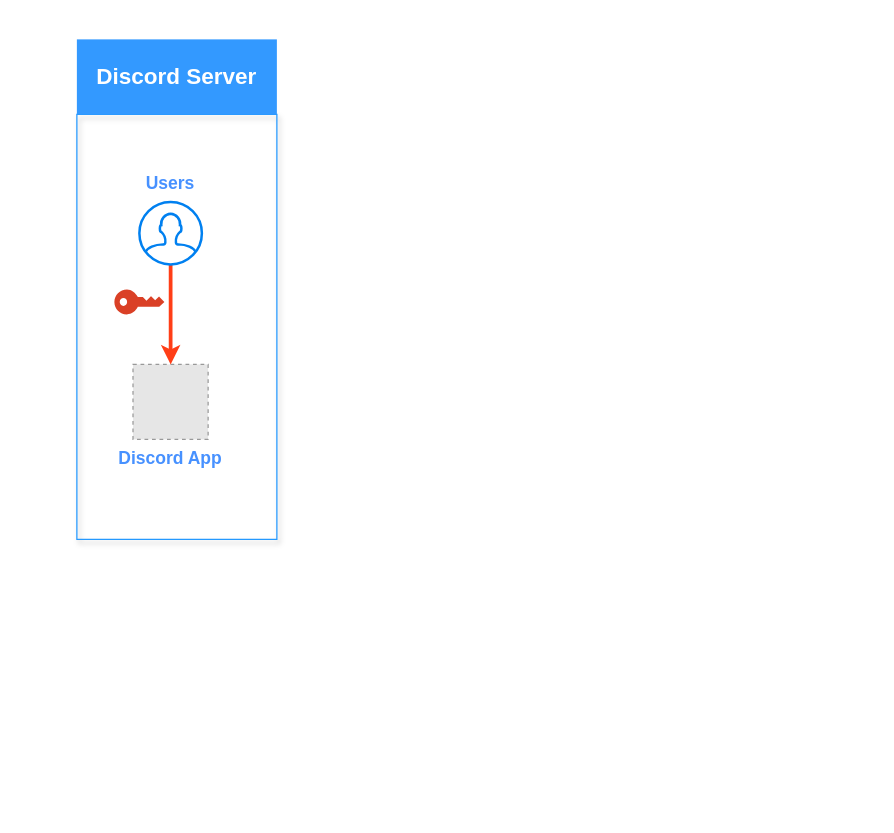
This is page "Page-2" (2 of 2) of Untitled Diagram.drawio from moondoan/chart, a draw.io file, before an edit. Source tidied: cells renumbered, new cells numbered last; positions are measured from the earlier drawing's top-left corner, leaving out a move shared by most shapes. Both pictures are drawn from the tidied source at 125%, with x=0, y=0 at pixel (76, 39). Pictures stored in the file or linked from it are replaced by grey dashed boxes.
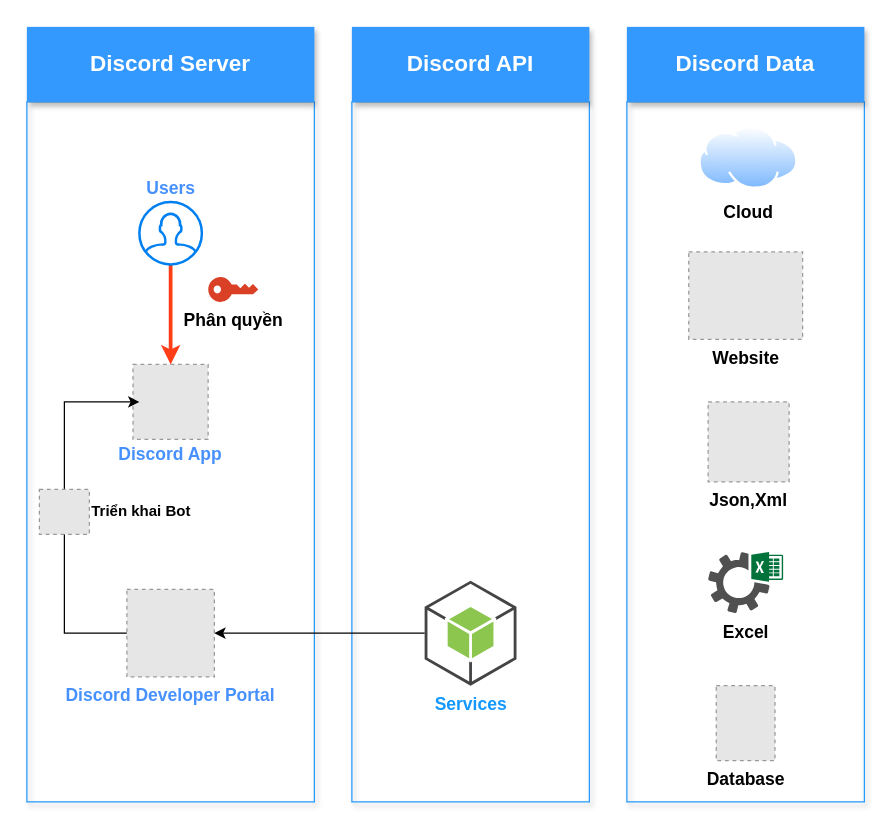
After the change.

Change to the diagram source:
```diff
@@
-    <mxCell id="3" style="whiteSpace=wrap;html=1;hachureGap=4;fontFamily=Architects Daughter;fontSize=20;fillColor=none;rounded=0;strokeColor=#2499FF;shadow=1;" parent="1" vertex="1">
-      <mxGeometry y="60" width="160" height="340" as="geometry" />
+    <mxCell id="3" value="&lt;b&gt;&lt;font style=&quot;font-size: 14px;&quot; face=&quot;Helvetica&quot; color=&quot;#4791ff&quot;&gt;Discord App&lt;br&gt;&lt;/font&gt;&lt;/b&gt;" style="whiteSpace=wrap;html=1;hachureGap=4;fontFamily=Architects Daughter;fontSize=20;fillColor=none;rounded=0;strokeColor=#2499FF;shadow=1;" parent="1" vertex="1">
+      <mxGeometry x="-40" y="50" width="230" height="560" as="geometry" />
     </mxCell>
-    <mxCell id="4" value="&lt;div style=&quot;font-size: 13px;&quot; align=&quot;center&quot;&gt;&lt;font size=&quot;1&quot; color=&quot;#4791ff&quot;&gt;&lt;span style=&quot;font-size: 14px;&quot;&gt;&lt;b&gt;Discord App&lt;/b&gt;&lt;/span&gt;&lt;/font&gt;&lt;/div&gt;" style="text;whiteSpace=wrap;html=1;align=center;" parent="1" vertex="1">
-      <mxGeometry x="20" y="320" width="110" height="40" as="geometry" />
-    </mxCell>
@@
-    <mxCell id="6" style="html=1;verticalLabelPosition=bottom;align=center;labelBackgroundColor=#ffffff;verticalAlign=top;strokeWidth=2;strokeColor=#0080F0;shadow=0;dashed=0;shape=mxgraph.ios7.icons.user;" parent="1" vertex="1">
+    <mxCell id="6" value="&lt;div style=&quot;font-size: 14px;&quot;&gt;&lt;font style=&quot;font-size: 14px;&quot; color=&quot;#4791ff&quot;&gt;&lt;b style=&quot;font-size: 14px;&quot;&gt;Users&lt;/b&gt;&lt;/font&gt;&lt;/div&gt;" style="html=1;verticalLabelPosition=top;align=center;labelBackgroundColor=#ffffff;verticalAlign=bottom;strokeWidth=2;strokeColor=#0080F0;shadow=0;dashed=0;shape=mxgraph.ios7.icons.user;labelPosition=center;fontSize=14;spacingTop=5;" parent="1" vertex="1">
       <mxGeometry x="50" y="130" width="50" height="50" as="geometry" />
     </mxCell>
-    <mxCell id="7" value="&lt;font size=&quot;1&quot; color=&quot;#4791ff&quot;&gt;&lt;b style=&quot;font-size: 14px;&quot;&gt;Users&lt;/b&gt;&lt;/font&gt;" style="text;whiteSpace=wrap;html=1;align=center;" parent="1" vertex="1">
-      <mxGeometry x="20" y="100" width="110" height="40" as="geometry" />
-    </mxCell>
-    <mxCell id="8" style="sketch=0;shadow=0;dashed=0;html=1;strokeColor=none;labelPosition=center;verticalLabelPosition=bottom;verticalAlign=top;align=center;shape=mxgraph.office.security.key_permissions;fillColor=#DA4026;fontFamily=Helvetica;fontSize=12;fontColor=default;direction=north;" parent="1" vertex="1">
-      <mxGeometry x="30" y="200" width="40" height="20" as="geometry" />
+    <mxCell id="8" value="&lt;b style=&quot;font-size: 14px;&quot;&gt;Phân quyền&lt;br&gt;&lt;/b&gt;" style="sketch=0;shadow=0;dashed=0;html=1;strokeColor=none;labelPosition=center;verticalLabelPosition=bottom;verticalAlign=top;align=center;shape=mxgraph.office.security.key_permissions;fillColor=#DA4026;fontFamily=Helvetica;fontSize=12;fontColor=default;direction=north;" parent="1" vertex="1">
+      <mxGeometry x="105.1" y="190" width="40" height="20" as="geometry" />
     </mxCell>
-    <mxCell id="9" value="Discord Server" style="whiteSpace=wrap;html=1;dashed=1;strokeColor=none;strokeWidth=2;fillColor=#3399FF;fontFamily=Helvetica;fontSize=18;fontColor=#FFFFFF;fontStyle=1;" parent="1" vertex="1">
-      <mxGeometry width="160" height="60" as="geometry" />
+    <mxCell id="9" value="Discord Server" style="whiteSpace=wrap;html=1;dashed=1;strokeColor=none;strokeWidth=2;fillColor=#3399FF;fontFamily=Helvetica;fontSize=18;fontColor=#FFFFFF;fontStyle=1;shadow=1;" parent="1" vertex="1">
+      <mxGeometry x="-40" y="-10" width="230" height="60" as="geometry" />
     </mxCell>
+    <mxCell id="10" style="whiteSpace=wrap;html=1;hachureGap=4;fontFamily=Architects Daughter;fontSize=20;fillColor=none;rounded=0;strokeColor=#2499FF;shadow=1;" parent="1" vertex="1">
+      <mxGeometry x="220" y="50" width="190" height="560" as="geometry" />
+    </mxCell>
+    <mxCell id="11" value="Discord API" style="whiteSpace=wrap;html=1;dashed=1;strokeColor=none;strokeWidth=2;fillColor=#3399FF;fontFamily=Helvetica;fontSize=18;fontColor=#FFFFFF;fontStyle=1;shadow=1;" parent="1" vertex="1">
+      <mxGeometry x="220" y="-10" width="190" height="60" as="geometry" />
+    </mxCell>
+    <mxCell id="12" value="Discord Developer Portal" style="fillColor=#E6E6E6;strokeColor=#999999;dashed=1;verticalLabelPosition=bottom;verticalAlign=top;fontSize=14;fontStyle=1;fontColor=#4791FF;" parent="1" vertex="1">
+      <mxGeometry x="40" y="440" width="70" height="70" as="geometry" />
+    </mxCell>
+    <mxCell id="13" style="endArrow=classic;startArrow=none;html=1;rounded=0;fontFamily=Helvetica;fontSize=12;fontColor=default;exitX=0;exitY=0.5;exitDx=0;exitDy=0;endFill=1;startFill=0;" parent="1" edge="1" source="12">
+      <mxGeometry relative="1" as="geometry">
+        <mxPoint x="50" y="290" as="targetPoint" />
+        <Array as="points">
+          <mxPoint x="-10" y="475" />
+          <mxPoint x="-10" y="290" />
+        </Array>
+      </mxGeometry>
+    </mxCell>
+    <mxCell id="14" value="&lt;font style=&quot;font-size: 14px;&quot; color=&quot;#1298ff&quot;&gt;&lt;b&gt;Services&lt;/b&gt;&lt;/font&gt;" style="outlineConnect=0;dashed=0;verticalLabelPosition=bottom;verticalAlign=top;align=center;html=1;shape=mxgraph.aws3.android;fillColor=#8CC64F;gradientColor=none;fontFamily=Helvetica;fontSize=12;fontColor=default;" parent="1" vertex="1">
+      <mxGeometry x="278.2" y="433" width="73.5" height="84" as="geometry" />
+    </mxCell>
+    <mxCell id="15" style="endArrow=none;startArrow=classic;html=1;rounded=0;fontFamily=Helvetica;fontSize=12;fontColor=default;exitX=1;exitY=0.5;exitDx=0;exitDy=0;endFill=0;" parent="1" edge="1" source="12" target="14">
+      <mxGeometry relative="1" as="geometry" />
+    </mxCell>
+    <mxCell id="16" value="&lt;b&gt;Triển khai Bot&lt;br&gt;&lt;/b&gt;" style="fillColor=#E6E6E6;strokeColor=#999999;dashed=1;html=1;verticalLabelPosition=middle;labelBackgroundColor=#ffffff;verticalAlign=middle;fontFamily=Helvetica;fontSize=12;fontColor=default;labelPosition=right;align=left;" parent="1" vertex="1">
+      <mxGeometry x="-30" y="360" width="40" height="36" as="geometry" />
+    </mxCell>
+    <mxCell id="17" style="whiteSpace=wrap;html=1;hachureGap=4;fontFamily=Architects Daughter;fontSize=20;fillColor=none;rounded=0;strokeColor=#2499FF;shadow=1;" parent="1" vertex="1">
+      <mxGeometry x="440" y="50" width="190" height="560" as="geometry" />
+    </mxCell>
+    <mxCell id="18" value="Discord Data" style="whiteSpace=wrap;html=1;dashed=1;strokeColor=none;strokeWidth=2;fillColor=#3399FF;fontFamily=Helvetica;fontSize=18;fontColor=#FFFFFF;fontStyle=1;shadow=1;" parent="1" vertex="1">
+      <mxGeometry x="440" y="-10" width="190" height="60" as="geometry" />
+    </mxCell>
+    <mxCell id="19" value="&lt;font style=&quot;font-size: 14px;&quot;&gt;&lt;b&gt;Database&lt;/b&gt;&lt;/font&gt;" style="fillColor=#E6E6E6;strokeColor=#999999;dashed=1;verticalLabelPosition=bottom;labelBackgroundColor=#ffffff;verticalAlign=top;fontFamily=Helvetica;fontSize=12;fontColor=default;html=1;" parent="1" vertex="1">
+      <mxGeometry x="511.5" y="517" width="47" height="60" as="geometry" />
+    </mxCell>
+    <mxCell id="20" value="&lt;b&gt;&lt;font style=&quot;font-size: 14px;&quot;&gt;Excel&lt;/font&gt;&lt;/b&gt;" style="sketch=0;shadow=0;dashed=0;html=1;strokeColor=none;fillColor=#505050;labelPosition=center;verticalLabelPosition=bottom;verticalAlign=top;align=center;shape=mxgraph.office.services.excel_services;fontFamily=Helvetica;fontSize=12;fontColor=default;" parent="1" vertex="1">
+      <mxGeometry x="505" y="410" width="60" height="49" as="geometry" />
+    </mxCell>
+    <mxCell id="21" value="&lt;font style=&quot;font-size: 14px;&quot;&gt;&lt;b&gt;Json,Xml&lt;/b&gt;&lt;/font&gt;" style="fillColor=#E6E6E6;strokeColor=#999999;dashed=1;verticalLabelPosition=bottom;labelBackgroundColor=#ffffff;verticalAlign=top;fontFamily=Helvetica;fontSize=12;fontColor=default;html=1;" parent="1" vertex="1">
+      <mxGeometry x="505" y="290" width="64.8" height="64" as="geometry" />
+    </mxCell>
+    <mxCell id="22" value="&lt;font style=&quot;font-size: 14px;&quot;&gt;&lt;b&gt;Website&lt;/b&gt;&lt;/font&gt;" style="fillColor=#E6E6E6;strokeColor=#999999;dashed=1;verticalLabelPosition=bottom;labelBackgroundColor=#ffffff;verticalAlign=top;fontFamily=Helvetica;fontSize=12;fontColor=default;html=1;" parent="1" vertex="1">
+      <mxGeometry x="489.5" y="170" width="91.1" height="70" as="geometry" />
+    </mxCell>
+    <mxCell id="23" value="&lt;font style=&quot;font-size: 14px;&quot;&gt;&lt;b&gt;Cloud&lt;/b&gt;&lt;/font&gt;" style="image;perimeter=ellipsePerimeter;html=1;align=center;shadow=0;dashed=0;spacingTop=3;image=img/lib/active_directory/internet_cloud.svg;fontFamily=Helvetica;fontSize=12;fontColor=default;fillColor=none;gradientColor=none;" parent="1" vertex="1">
+      <mxGeometry x="497.7" y="70" width="79.4" height="50" as="geometry" />
+    </mxCell>
```
